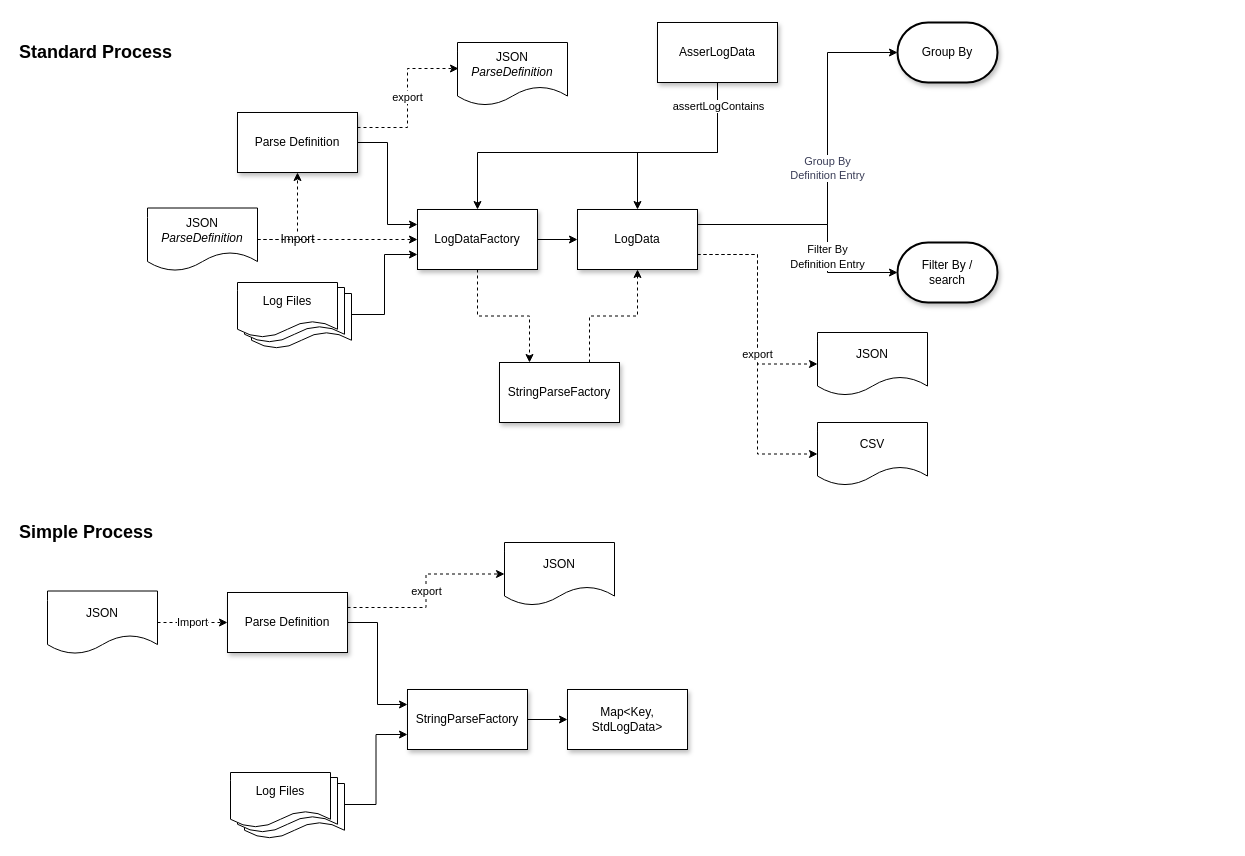
Earlier version of the draw.io diagram page "Processes" (2 of 3) of diagrams/Log_Parser.drawio (adobe/log-parser). Source tidied: cells renumbered, new cells numbered last; positions are measured from the earlier drawing's top-left corner, leaving out a move shared by most shapes. Both pictures are drawn from the tidied source at 100%, with x=0, y=0 at pixel (17, 22).
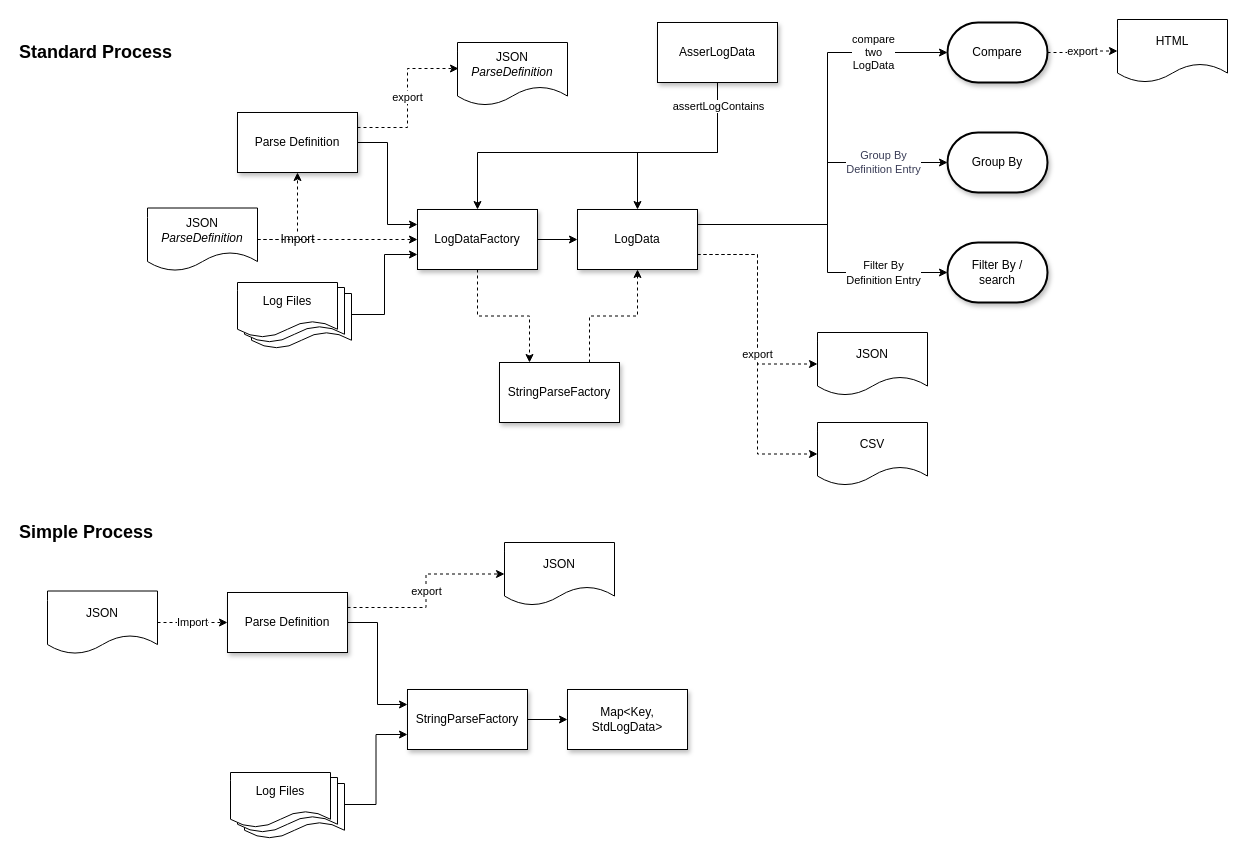
Above is the later version.

Commit message (it also covers changes not shown here):
137 create an html diff report (#139)

Unchanged cells that the change refers to:
```xml
<mxCell id="13" value="LogData" style="rounded=0;whiteSpace=wrap;html=1;shadow=1;labelBackgroundColor=#FFFFFF;" parent="1" vertex="1">
  <mxGeometry x="560" y="187" width="120" height="60" as="geometry" />
</mxCell>
```

The edit, as a diff of the source:
```diff
@@
     <mxCell id="7" value="Group By &lt;br&gt;Definition Entry" style="edgeStyle=orthogonalEdgeStyle;rounded=0;jettySize=auto;html=1;exitX=1;exitY=0.25;exitDx=0;exitDy=0;entryX=0;entryY=0.5;entryDx=0;entryDy=0;entryPerimeter=0;fontColor=#393C56;labelBackgroundColor=#FFFFFF;" parent="1" edge="1" source="13" target="9">
-      <mxGeometry relative="1" as="geometry">
+      <mxGeometry x="0.59" relative="1" as="geometry">
         <Array as="points">
           <mxPoint x="810" y="202" />
-          <mxPoint x="810" y="30" />
+          <mxPoint x="810" y="140" />
         </Array>
       </mxGeometry>
     </mxCell>
@@
     <mxCell id="9" value="Group By" style="strokeWidth=2;html=1;shape=mxgraph.flowchart.terminator;whiteSpace=wrap;shadow=1;labelBackgroundColor=#FFFFFF;" parent="1" vertex="1">
-      <mxGeometry x="880" width="100" height="60" as="geometry" />
+      <mxGeometry x="930" y="110" width="100" height="60" as="geometry" />
     </mxCell>
     <mxCell id="10" value="&lt;font style=&quot;font-size: 11px&quot;&gt;Filter By &lt;br&gt;Definition Entry&lt;/font&gt;" style="edgeStyle=orthogonalEdgeStyle;rounded=0;jettySize=auto;html=1;exitX=1;exitY=0.25;exitDx=0;exitDy=0;entryX=0;entryY=0.5;entryDx=0;entryDy=0;entryPerimeter=0;labelBackgroundColor=#FFFFFF;strokeColor=#000000;fontSize=12;" parent="1" edge="1" source="13" target="40">
-      <mxGeometry x="0.31" relative="1" as="geometry">
+      <mxGeometry x="0.57" relative="1" as="geometry">
         <Array as="points">
           <mxPoint x="810" y="202" />
           <mxPoint x="810" y="250" />
         </Array>
       </mxGeometry>
     </mxCell>
@@
+    <mxCell id="50" value="compare &lt;br&gt;two&lt;br&gt;LogData" style="edgeStyle=orthogonalEdgeStyle;rounded=0;jettySize=auto;html=1;exitX=1;exitY=0.25;exitDx=0;exitDy=0;entryX=0;entryY=0.5;entryDx=0;entryDy=0;entryPerimeter=0;" parent="1" edge="1" source="13" target="51">
+      <mxGeometry x="0.65" relative="1" as="geometry">
+        <Array as="points">
+          <mxPoint x="810" y="202" />
+          <mxPoint x="810" y="30" />
+        </Array>
+      </mxGeometry>
+    </mxCell>
@@
     <mxCell id="40" value="Filter By /&lt;br&gt;search" style="strokeWidth=2;html=1;shape=mxgraph.flowchart.terminator;whiteSpace=wrap;shadow=1;labelBackgroundColor=#FFFFFF;" parent="1" vertex="1">
-      <mxGeometry x="880" y="220" width="100" height="60" as="geometry" />
+      <mxGeometry x="930" y="220" width="100" height="60" as="geometry" />
     </mxCell>
@@
+    <mxCell id="51" value="Compare" style="strokeWidth=2;html=1;shape=mxgraph.flowchart.terminator;whiteSpace=wrap;shadow=1;labelBackgroundColor=#FFFFFF;" parent="1" vertex="1">
+      <mxGeometry x="930" width="100" height="60" as="geometry" />
+    </mxCell>
+    <mxCell id="52" value="export" style="edgeStyle=orthogonalEdgeStyle;rounded=0;jettySize=auto;html=1;exitX=1;exitY=0.5;exitDx=0;exitDy=0;dashed=1;exitPerimeter=0;entryX=0;entryY=0.5;entryDx=0;entryDy=0;" parent="1" edge="1" source="51" target="53">
+      <mxGeometry relative="1" as="geometry" />
+    </mxCell>
+    <mxCell id="53" value="HTML" style="shape=document;whiteSpace=wrap;html=1;boundedLbl=1;labelBackgroundColor=#FFFFFF;strokeColor=#000000;fillColor=#FFFFFF;fontSize=12;align=center;" parent="1" vertex="1">
+      <mxGeometry x="1100" y="-3" width="110" height="63" as="geometry" />
+    </mxCell>
```
